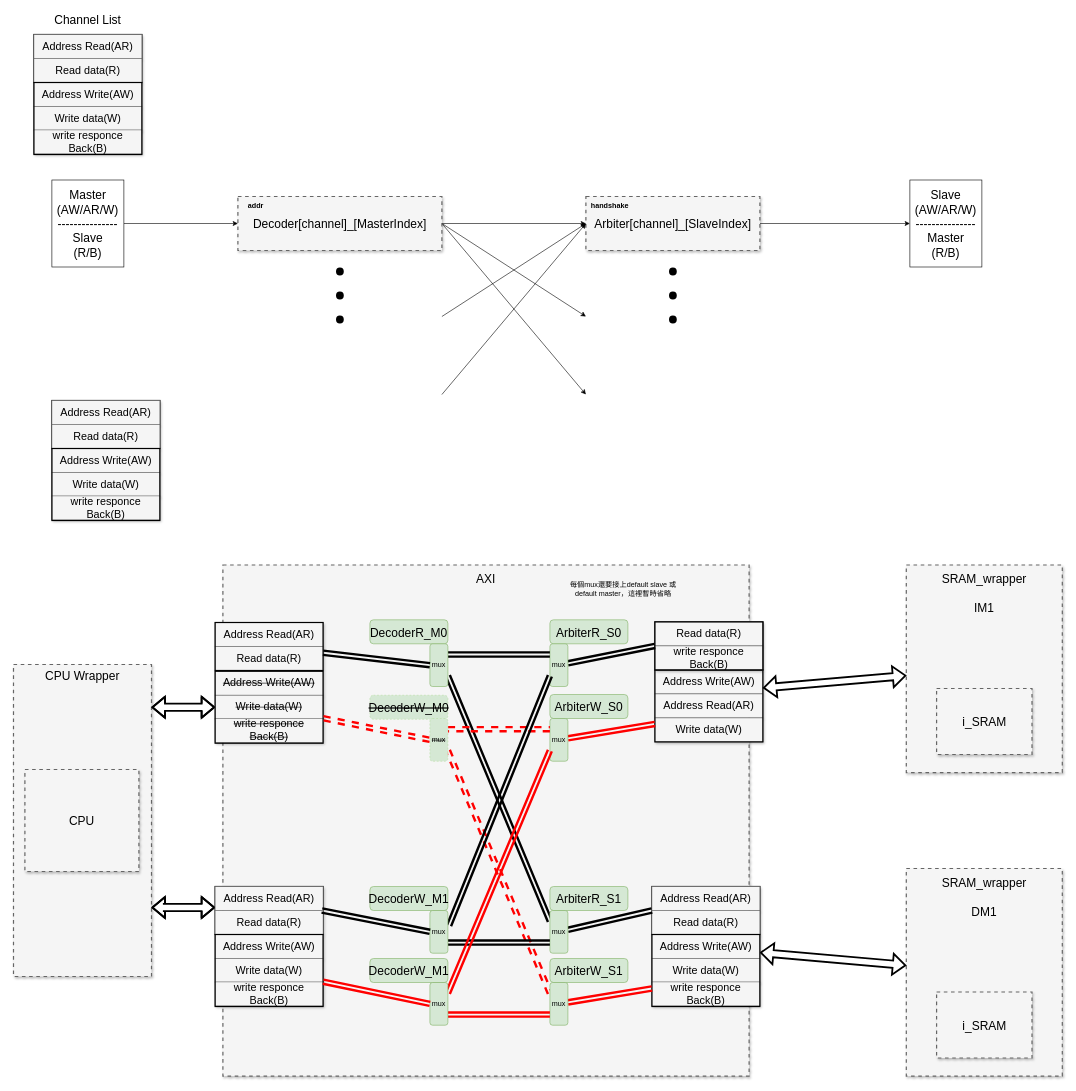
cicero884/VLSI_system_design_2021 keeps this draw.io diagram as hw2/AXI.drawio. Above is the earlier version. Source tidied: cells renumbered, new cells numbered last; positions are measured from the earlier drawing's top-left corner, leaving out a move shared by most shapes. Both pictures are drawn from the tidied source at 60%, with x=0, y=0 at pixel (13, 10).
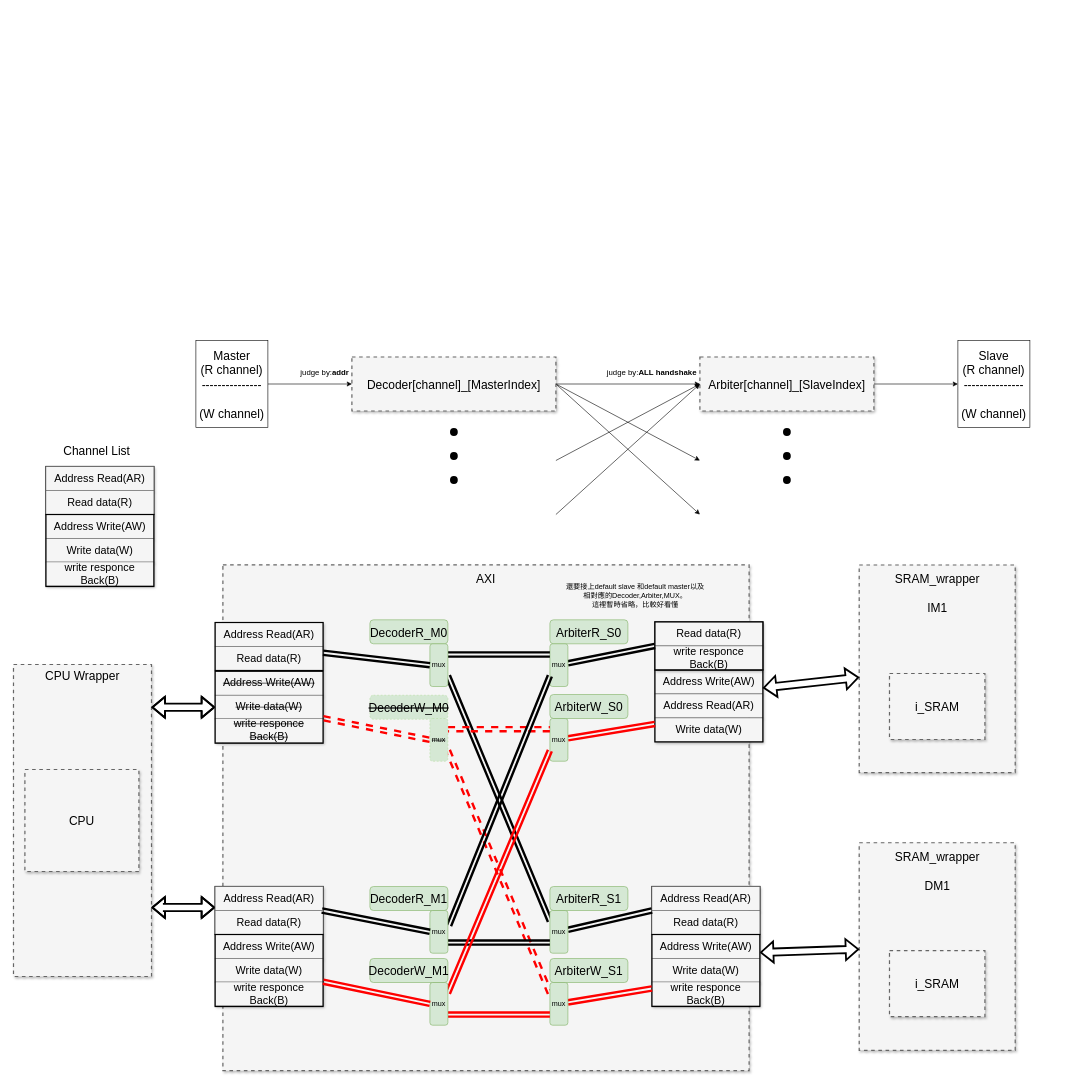
After the change.

Commit message:
compress diagram and fix some old diagram

The edit, as a diff of the source:
```diff
@@
     <mxCell id="3" value="Arbiter[channel]_[SlaveIndex]" style="whiteSpace=wrap;html=1;shadow=1;fontSize=20;fillColor=#f5f5f5;strokeColor=#666666;strokeWidth=2;dashed=1;verticalAlign=middle;spacing=7;align=center;" parent="1" vertex="1">
-      <mxGeometry x="954" y="310" width="290" height="90" as="geometry" />
+      <mxGeometry x="1144" y="577.5" width="290" height="90" as="geometry" />
     </mxCell>
@@
     <mxCell id="5" style="rounded=0;jettySize=auto;html=1;fontSize=20;exitX=1;exitY=0.5;exitDx=0;exitDy=0;" parent="1" edge="1" source="9">
       <mxGeometry relative="1" as="geometry">
-        <mxPoint x="954" y="510" as="targetPoint" />
+        <mxPoint x="1144" y="750" as="targetPoint" />
       </mxGeometry>
     </mxCell>
     <mxCell id="6" style="edgeStyle=none;rounded=0;jettySize=auto;html=1;fontSize=20;exitX=1;exitY=0.5;exitDx=0;exitDy=0;" parent="1" edge="1" source="9">
       <mxGeometry relative="1" as="geometry">
-        <mxPoint x="954" y="640" as="targetPoint" />
+        <mxPoint x="1144" y="840" as="targetPoint" />
       </mxGeometry>
     </mxCell>
     <mxCell id="7" style="edgeStyle=none;rounded=0;jettySize=auto;html=1;fontSize=20;entryX=0;entryY=0.5;entryDx=0;entryDy=0;" parent="1" edge="1" target="3">
       <mxGeometry relative="1" as="geometry">
-        <mxPoint x="714" y="510" as="sourcePoint" />
+        <mxPoint x="904" y="750" as="sourcePoint" />
       </mxGeometry>
     </mxCell>
     <mxCell id="8" style="edgeStyle=none;rounded=0;jettySize=auto;html=1;fontSize=20;entryX=0;entryY=0.5;entryDx=0;entryDy=0;" parent="1" edge="1" target="3">
       <mxGeometry relative="1" as="geometry">
-        <mxPoint x="714" y="640" as="sourcePoint" />
+        <mxPoint x="904" y="840" as="sourcePoint" />
       </mxGeometry>
     </mxCell>
     <mxCell id="9" value="Decoder[channel]_[MasterIndex]" style="whiteSpace=wrap;html=1;shadow=1;fontSize=20;fillColor=#f5f5f5;strokeColor=#666666;strokeWidth=2;dashed=1;verticalAlign=middle;spacing=7;align=center;" parent="1" vertex="1">
-      <mxGeometry x="374" y="310" width="340" height="90" as="geometry" />
+      <mxGeometry x="564" y="577.5" width="340" height="90" as="geometry" />
     </mxCell>
@@
-    <mxCell id="11" value="Master&lt;br&gt;(AW/AR/W)&lt;br&gt;---------------&lt;br&gt;Slave&lt;br&gt;(R/B)" style="rounded=0;whiteSpace=wrap;html=1;align=center;verticalAlign=middle;fontSize=20;" parent="1" vertex="1">
-      <mxGeometry x="64" y="282.5" width="120" height="145" as="geometry" />
+    <mxCell id="11" value="Master&lt;br&gt;(R channel)&lt;br&gt;---------------&lt;br&gt;&lt;br&gt;(W channel)" style="rounded=0;whiteSpace=wrap;html=1;align=center;verticalAlign=middle;fontSize=20;" parent="1" vertex="1">
+      <mxGeometry x="304" y="550" width="120" height="145" as="geometry" />
     </mxCell>
     <mxCell id="12" style="ellipse;whiteSpace=wrap;html=1;fontSize=20;align=center;verticalAlign=middle;strokeWidth=3;fillColor=#000000;" parent="1" vertex="1">
-      <mxGeometry x="539" y="470" width="10" height="10" as="geometry" />
+      <mxGeometry x="729" y="737.5" width="10" height="10" as="geometry" />
     </mxCell>
     <mxCell id="13" style="ellipse;whiteSpace=wrap;html=1;fontSize=20;align=center;verticalAlign=middle;strokeWidth=3;fillColor=#000000;" parent="1" vertex="1">
-      <mxGeometry x="539" y="510" width="10" height="10" as="geometry" />
+      <mxGeometry x="729" y="777.5" width="10" height="10" as="geometry" />
     </mxCell>
     <mxCell id="14" style="ellipse;whiteSpace=wrap;html=1;fontSize=20;align=center;verticalAlign=middle;strokeWidth=3;fillColor=#000000;" parent="1" vertex="1">
-      <mxGeometry x="539" y="430" width="10" height="10" as="geometry" />
+      <mxGeometry x="729" y="697.5" width="10" height="10" as="geometry" />
     </mxCell>
     <mxCell id="15" style="ellipse;whiteSpace=wrap;html=1;fontSize=20;align=center;verticalAlign=middle;strokeWidth=3;fillColor=#000000;" parent="1" vertex="1">
-      <mxGeometry x="1094" y="470" width="10" height="10" as="geometry" />
+      <mxGeometry x="1284" y="737.5" width="10" height="10" as="geometry" />
     </mxCell>
     <mxCell id="16" style="ellipse;whiteSpace=wrap;html=1;fontSize=20;align=center;verticalAlign=middle;strokeWidth=3;fillColor=#000000;" parent="1" vertex="1">
-      <mxGeometry x="1094" y="510" width="10" height="10" as="geometry" />
+      <mxGeometry x="1284" y="777.5" width="10" height="10" as="geometry" />
     </mxCell>
     <mxCell id="17" style="ellipse;whiteSpace=wrap;html=1;fontSize=20;align=center;verticalAlign=middle;strokeWidth=3;fillColor=#000000;" parent="1" vertex="1">
-      <mxGeometry x="1094" y="430" width="10" height="10" as="geometry" />
+      <mxGeometry x="1284" y="697.5" width="10" height="10" as="geometry" />
     </mxCell>
     <mxCell id="18" value="Channel List" style="text;html=1;strokeColor=none;fillColor=none;align=center;verticalAlign=middle;whiteSpace=wrap;rounded=0;fontSize=20;" parent="1" vertex="1">
-      <mxGeometry x="54" width="140" height="30" as="geometry" />
+      <mxGeometry x="69" y="717.5" width="140" height="30" as="geometry" />
     </mxCell>
-    <mxCell id="19" value="Slave&lt;br&gt;(AW/AR/W)&lt;br&gt;---------------&lt;br&gt;Master&lt;br&gt;(R/B)" style="rounded=0;whiteSpace=wrap;html=1;align=center;verticalAlign=middle;fontSize=20;" parent="1" vertex="1">
-      <mxGeometry x="1494" y="282.5" width="120" height="145" as="geometry" />
+    <mxCell id="19" value="Slave&lt;br&gt;(R channel)&lt;br&gt;---------------&lt;br&gt;&lt;br&gt;(W channel)" style="rounded=0;whiteSpace=wrap;html=1;align=center;verticalAlign=middle;fontSize=20;" parent="1" vertex="1">
+      <mxGeometry x="1574" y="550" width="120" height="145" as="geometry" />
     </mxCell>
@@
     <mxCell id="21" value="AXI" style="whiteSpace=wrap;html=1;shadow=1;fontSize=20;fillColor=#f5f5f5;strokeColor=#666666;strokeWidth=2;dashed=1;verticalAlign=top;spacing=7;" parent="1" vertex="1">
-      <mxGeometry x="349" y="924.2" width="877" height="851.7" as="geometry" />
+      <mxGeometry x="349" y="924.1" width="877" height="842.9" as="geometry" />
     </mxCell>
@@
     <mxCell id="36" value="SRAM_wrapper&lt;br&gt;&lt;br&gt;IM1" style="whiteSpace=wrap;html=1;shadow=1;fontSize=20;fillColor=#f5f5f5;strokeColor=#666666;strokeWidth=2;dashed=1;verticalAlign=top;spacing=7;" parent="1" vertex="1">
-      <mxGeometry x="1488" y="924.2" width="260" height="345.9" as="geometry" />
+      <mxGeometry x="1409.5" y="924.2" width="260" height="345.9" as="geometry" />
     </mxCell>
     <mxCell id="37" value="i_SRAM" style="whiteSpace=wrap;html=1;shadow=1;fontSize=20;fillColor=#f5f5f5;strokeColor=#666666;strokeWidth=2;dashed=1;verticalAlign=middle;spacing=7;" parent="1" vertex="1">
-      <mxGeometry x="1538.5" y="1130" width="159" height="110" as="geometry" />
+      <mxGeometry x="1460" y="1105" width="159" height="110" as="geometry" />
     </mxCell>
     <mxCell id="38" value="SRAM_wrapper&lt;br&gt;&lt;br&gt;DM1" style="whiteSpace=wrap;html=1;shadow=1;fontSize=20;fillColor=#f5f5f5;strokeColor=#666666;strokeWidth=2;dashed=1;verticalAlign=top;spacing=7;" parent="1" vertex="1">
-      <mxGeometry x="1488" y="1430" width="260" height="345.9" as="geometry" />
+      <mxGeometry x="1409.5" y="1387.1" width="260" height="345.9" as="geometry" />
     </mxCell>
     <mxCell id="39" value="i_SRAM" style="whiteSpace=wrap;html=1;shadow=1;fontSize=20;fillColor=#f5f5f5;strokeColor=#666666;strokeWidth=2;dashed=1;verticalAlign=middle;spacing=7;" parent="1" vertex="1">
-      <mxGeometry x="1538.5" y="1635.8" width="159" height="110" as="geometry" />
+      <mxGeometry x="1460" y="1567" width="159" height="110" as="geometry" />
     </mxCell>
@@
-    <mxCell id="49" value="&lt;font style=&quot;font-size: 20px&quot;&gt;DecoderW_M1&lt;/font&gt;" style="rounded=1;whiteSpace=wrap;html=1;fillColor=#d5e8d4;strokeColor=#82b366;verticalAlign=middle;" parent="1" vertex="1">
+    <mxCell id="49" value="&lt;font style=&quot;font-size: 20px&quot;&gt;DecoderR_M1&lt;/font&gt;" style="rounded=1;whiteSpace=wrap;html=1;fillColor=#d5e8d4;strokeColor=#82b366;verticalAlign=middle;" parent="1" vertex="1">
       <mxGeometry x="594" y="1460" width="130" height="40" as="geometry" />
     </mxCell>
@@
     <mxCell id="60" style="group;" parent="1" vertex="1">
-      <mxGeometry x="64" y="650" width="180" height="200" as="geometry" />
+      <mxGeometry x="54" y="760" width="180" height="200" as="geometry" />
     </mxCell>
@@
-    <mxCell id="114" style="group;" parent="1" vertex="1">
-      <mxGeometry x="34" y="40" width="180" height="200" as="geometry" />
-    </mxCell>
-    <mxCell id="115" style="group;" parent="114" vertex="1">
-      <mxGeometry width="180" height="80" as="geometry" />
-    </mxCell>
-    <mxCell id="116" style="rounded=0;whiteSpace=wrap;html=1;verticalAlign=top;strokeWidth=2;fillColor=none;" parent="115" vertex="1">
-      <mxGeometry width="180" height="80" as="geometry" />
-    </mxCell>
-    <mxCell id="117" value="Address Read(AR)" style="whiteSpace=wrap;html=1;shadow=1;fontSize=18;fillColor=#f5f5f5;strokeColor=#666666;" parent="115" vertex="1">
-      <mxGeometry width="180" height="40" as="geometry" />
-    </mxCell>
-    <mxCell id="118" value="Read data(R)" style="whiteSpace=wrap;html=1;shadow=1;fontSize=18;fillColor=#f5f5f5;strokeColor=#666666;" parent="115" vertex="1">
-      <mxGeometry y="40" width="180" height="40" as="geometry" />
-    </mxCell>
-    <mxCell id="119" style="group;" parent="114" vertex="1">
-      <mxGeometry y="80" width="180" height="120" as="geometry" />
-    </mxCell>
-    <mxCell id="120" value="Address Write(AW)" style="whiteSpace=wrap;html=1;shadow=1;fontSize=18;fillColor=#f5f5f5;strokeColor=#666666;" parent="119" vertex="1">
-      <mxGeometry width="180" height="40" as="geometry" />
-    </mxCell>
-    <mxCell id="121" value="Write data(W)" style="whiteSpace=wrap;html=1;shadow=1;fontSize=18;fillColor=#f5f5f5;strokeColor=#666666;" parent="119" vertex="1">
-      <mxGeometry y="40" width="180" height="40" as="geometry" />
-    </mxCell>
-    <mxCell id="122" value="write responce Back(B)" style="whiteSpace=wrap;html=1;shadow=1;fontSize=18;fillColor=#f5f5f5;strokeColor=#666666;" parent="119" vertex="1">
-      <mxGeometry y="79" width="180" height="40" as="geometry" />
-    </mxCell>
-    <mxCell id="123" style="rounded=0;whiteSpace=wrap;html=1;verticalAlign=top;strokeWidth=2;fillColor=none;" parent="119" vertex="1">
-      <mxGeometry width="180" height="120" as="geometry" />
-    </mxCell>
-    <mxCell id="124" value="addr" style="text;html=1;strokeColor=none;fillColor=none;align=center;verticalAlign=middle;whiteSpace=wrap;rounded=0;fontStyle=1;" parent="1" vertex="1">
-      <mxGeometry x="374" y="310" width="60" height="30" as="geometry" />
+    <mxCell id="124" value="&lt;span style=&quot;font-weight: normal; font-size: 13px;&quot;&gt;judge by:&lt;/span&gt;addr" style="text;html=1;strokeColor=none;fillColor=none;align=center;verticalAlign=middle;whiteSpace=wrap;rounded=0;fontStyle=1;fontSize=13;" parent="1" vertex="1">
+      <mxGeometry x="474" y="587.5" width="90" height="30" as="geometry" />
     </mxCell>
-    <mxCell id="125" value="handshake" style="text;html=1;strokeColor=none;fillColor=none;align=center;verticalAlign=middle;whiteSpace=wrap;rounded=0;fontStyle=1;" parent="1" vertex="1">
-      <mxGeometry x="964" y="310" width="60" height="30" as="geometry" />
+    <mxCell id="125" value="&lt;span style=&quot;font-weight: normal; font-size: 13px;&quot;&gt;judge by:&lt;/span&gt;ALL&amp;nbsp;handshake" style="text;html=1;strokeColor=none;fillColor=none;align=center;verticalAlign=middle;whiteSpace=wrap;rounded=0;fontStyle=1;fontSize=13;" parent="1" vertex="1">
+      <mxGeometry x="984" y="587.5" width="160" height="30" as="geometry" />
     </mxCell>
-    <mxCell id="126" value="每個mux還要接上default slave 或default master，這裡暫時省略" style="text;html=1;strokeColor=none;fillColor=none;align=center;verticalAlign=middle;whiteSpace=wrap;rounded=0;dashed=1;" parent="1" vertex="1">
-      <mxGeometry x="919" y="950" width="195" height="30" as="geometry" />
+    <mxCell id="126" value="還要接上default slave 和default master以及相對應的Decoder,Arbiter,MUX。&lt;br&gt;這裡暫時省略，比較好看懂" style="text;html=1;strokeColor=none;fillColor=none;align=center;verticalAlign=middle;whiteSpace=wrap;rounded=0;dashed=1;" parent="1" vertex="1">
+      <mxGeometry x="919" y="950" width="235" height="50" as="geometry" />
     </mxCell>
```
